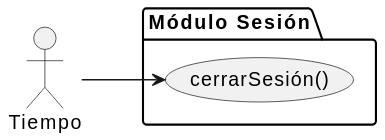
Before: documents/casos-de-uso/encontrarActoresYCasosDeUso/actoresYCasosDeUso-tiempo.svg, a diagram exported from PlantUML (martinlopez7/25-26-IdSw1-SdR).
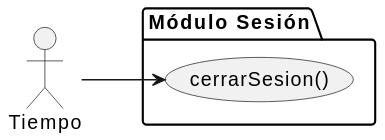
Later version of the same file.

Diff of the diagram source:
```diff
@@ -4,7 +4,7 @@
 actor "Tiempo" as tiempo
 
 package "Módulo Sesión" {
-  usecase "cerrarSesión()" as UC40
+  usecase "cerrarSesion()" as UC40
 }
 
 tiempo --> UC40
```
